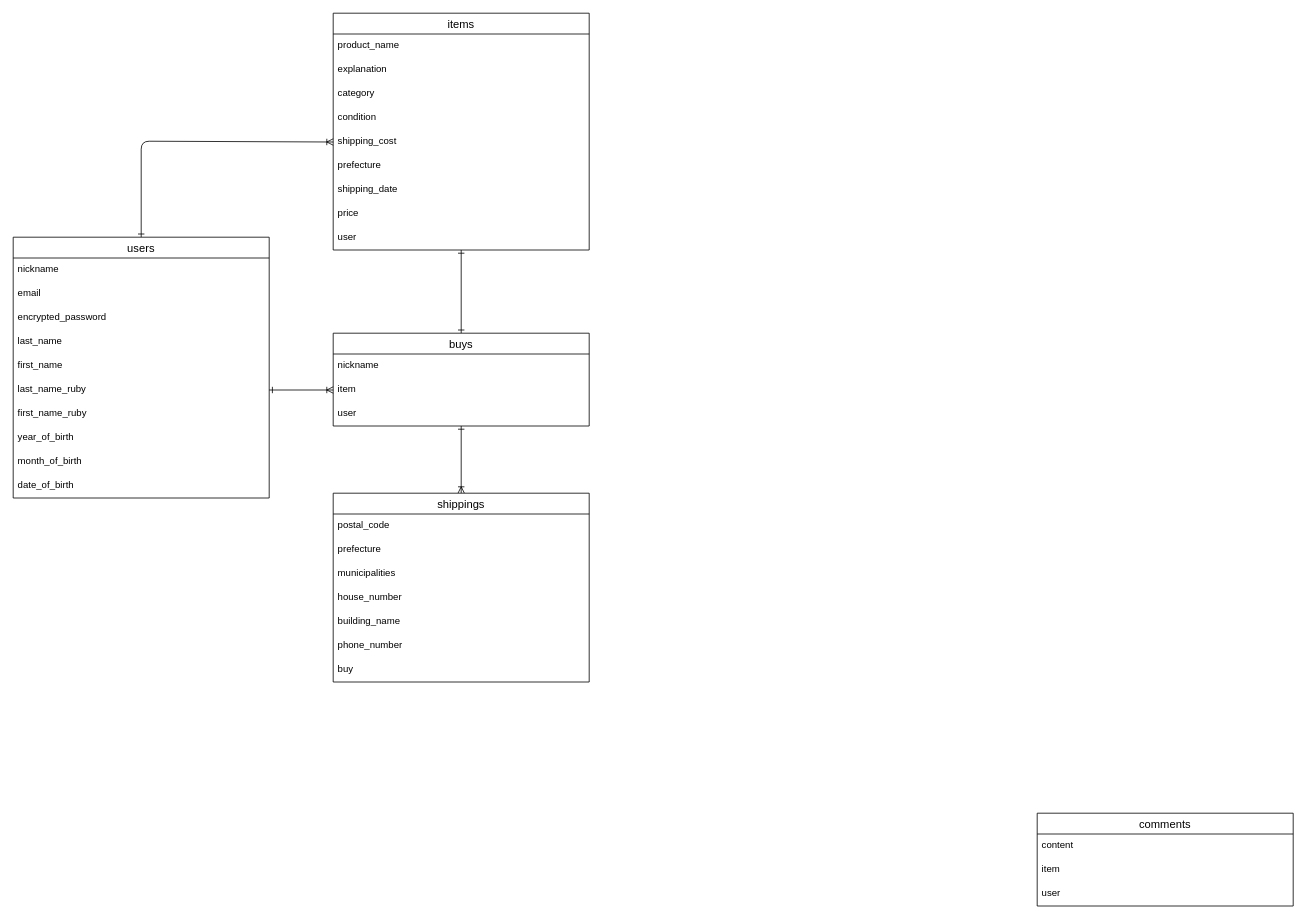
Above: furima.dio in cirarcts/furima-38685 (draw.io), before the change. Source tidied: cells renumbered, new cells numbered last; positions are measured from the earlier drawing's top-left corner, leaving out a move shared by most shapes. Both pictures are drawn from the tidied source at 80%, with x=0, y=0 at pixel (13, 13).
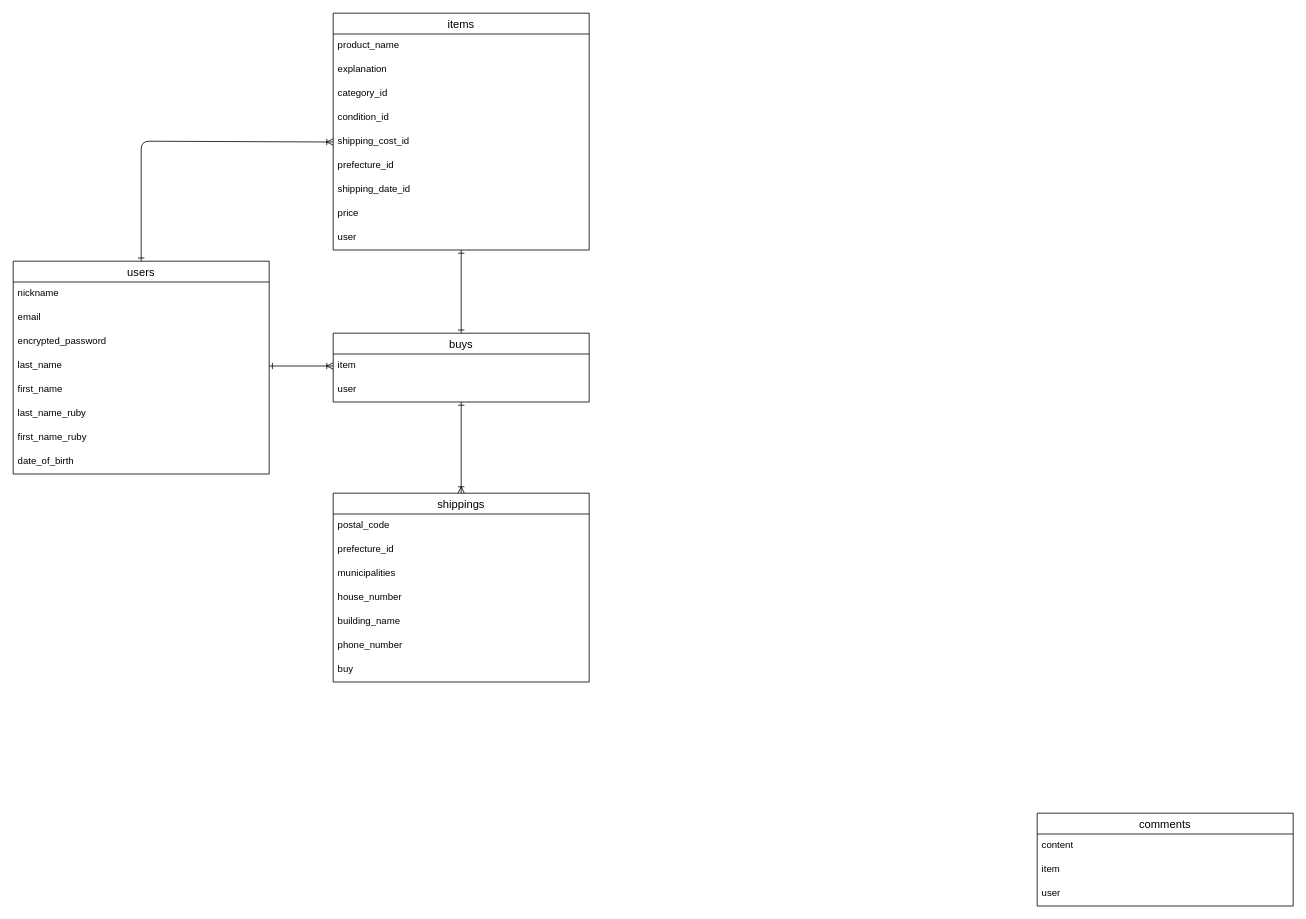
The same diagram, later.

Unchanged cells that the change refers to:
```xml
<mxCell id="7" value="last_name" style="text;strokeColor=none;fillColor=none;spacingLeft=4;spacingRight=4;overflow=hidden;points=[[0,0.5],[1,0.5]];portConstraint=eastwest;fontSize=12;" parent="3" vertex="1">
  <mxGeometry y="116" width="320" height="30" as="geometry" />
</mxCell>
<mxCell id="9" value="last_name_ruby" style="text;strokeColor=none;fillColor=none;spacingLeft=4;spacingRight=4;overflow=hidden;points=[[0,0.5],[1,0.5]];portConstraint=eastwest;fontSize=12;" parent="3" vertex="1">
  <mxGeometry y="176" width="320" height="30" as="geometry" />
</mxCell>
<mxCell id="15" value="items" style="swimlane;fontStyle=0;horizontal=1;startSize=26;align=center;fontSize=14;" parent="1" vertex="1">
  <mxGeometry x="400" width="320" height="296" as="geometry" />
</mxCell>
<mxCell id="34" value="shippings" style="swimlane;fontStyle=0;horizontal=1;startSize=26;align=center;fontSize=14;" parent="1" vertex="1">
  <mxGeometry x="400" y="600" width="320" height="236" as="geometry" />
</mxCell>
```

Change to the diagram source:
```diff
@@
     <mxCell id="3" value="users" style="swimlane;fontStyle=0;horizontal=1;startSize=26;align=center;fontSize=14;" parent="1" vertex="1">
-      <mxGeometry y="280" width="320" height="326" as="geometry" />
+      <mxGeometry y="310" width="320" height="266" as="geometry" />
     </mxCell>
@@
-    <mxCell id="11" value="year_of_birth" style="text;strokeColor=none;fillColor=none;spacingLeft=4;spacingRight=4;overflow=hidden;fontSize=12;" parent="3" vertex="1">
-      <mxGeometry y="236" width="320" height="30" as="geometry" />
-    </mxCell>
-    <mxCell id="12" value="month_of_birth" style="text;strokeColor=none;fillColor=none;spacingLeft=4;spacingRight=4;overflow=hidden;fontSize=12;" parent="3" vertex="1">
-      <mxGeometry y="266" width="320" height="30" as="geometry" />
-    </mxCell>
     <mxCell id="13" value="date_of_birth" style="text;strokeColor=none;fillColor=none;spacingLeft=4;spacingRight=4;overflow=hidden;fontSize=12;" parent="3" vertex="1">
-      <mxGeometry y="296" width="320" height="30" as="geometry" />
+      <mxGeometry y="236" width="320" height="30" as="geometry" />
     </mxCell>
@@
-    <mxCell id="18" value="category" style="text;strokeColor=none;fillColor=none;spacingLeft=4;spacingRight=4;overflow=hidden;fontSize=12;" parent="15" vertex="1">
+    <mxCell id="18" value="category_id" style="text;strokeColor=none;fillColor=none;spacingLeft=4;spacingRight=4;overflow=hidden;fontSize=12;" parent="15" vertex="1">
       <mxGeometry y="86" width="320" height="30" as="geometry" />
     </mxCell>
-    <mxCell id="19" value="condition" style="text;strokeColor=none;fillColor=none;spacingLeft=4;spacingRight=4;overflow=hidden;fontSize=12;" parent="15" vertex="1">
+    <mxCell id="19" value="condition_id" style="text;strokeColor=none;fillColor=none;spacingLeft=4;spacingRight=4;overflow=hidden;fontSize=12;" parent="15" vertex="1">
       <mxGeometry y="116" width="320" height="30" as="geometry" />
     </mxCell>
-    <mxCell id="20" value="shipping_cost" style="text;strokeColor=none;fillColor=none;spacingLeft=4;spacingRight=4;overflow=hidden;points=[[0,0.5],[1,0.5]];portConstraint=eastwest;fontSize=12;" parent="15" vertex="1">
+    <mxCell id="20" value="shipping_cost_id" style="text;strokeColor=none;fillColor=none;spacingLeft=4;spacingRight=4;overflow=hidden;points=[[0,0.5],[1,0.5]];portConstraint=eastwest;fontSize=12;" parent="15" vertex="1">
       <mxGeometry y="146" width="320" height="30" as="geometry" />
     </mxCell>
-    <mxCell id="21" value="prefecture" style="text;strokeColor=none;fillColor=none;spacingLeft=4;spacingRight=4;overflow=hidden;fontSize=12;" parent="15" vertex="1">
+    <mxCell id="21" value="prefecture_id" style="text;strokeColor=none;fillColor=none;spacingLeft=4;spacingRight=4;overflow=hidden;fontSize=12;" parent="15" vertex="1">
       <mxGeometry y="176" width="320" height="30" as="geometry" />
     </mxCell>
-    <mxCell id="22" value="shipping_date" style="text;strokeColor=none;fillColor=none;spacingLeft=4;spacingRight=4;overflow=hidden;fontSize=12;" parent="15" vertex="1">
+    <mxCell id="22" value="shipping_date_id" style="text;strokeColor=none;fillColor=none;spacingLeft=4;spacingRight=4;overflow=hidden;fontSize=12;" parent="15" vertex="1">
       <mxGeometry y="206" width="320" height="30" as="geometry" />
     </mxCell>
@@
     <mxCell id="30" value="buys" style="swimlane;fontStyle=0;horizontal=1;startSize=26;align=center;fontSize=14;" parent="1" vertex="1">
-      <mxGeometry x="400" y="400" width="320" height="116" as="geometry" />
+      <mxGeometry x="400" y="400" width="320" height="86" as="geometry" />
     </mxCell>
-    <mxCell id="31" value="nickname" style="text;strokeColor=none;fillColor=none;spacingLeft=4;spacingRight=4;overflow=hidden;fontSize=12;" parent="30" vertex="1">
-      <mxGeometry y="26" width="320" height="30" as="geometry" />
-    </mxCell>
     <mxCell id="32" value="item" style="text;strokeColor=none;fillColor=none;spacingLeft=4;spacingRight=4;overflow=hidden;points=[[0,0.5],[1,0.5]];portConstraint=eastwest;fontSize=12;" parent="30" vertex="1">
-      <mxGeometry y="56" width="320" height="30" as="geometry" />
+      <mxGeometry y="26" width="320" height="30" as="geometry" />
     </mxCell>
     <mxCell id="33" value="user" style="text;strokeColor=none;fillColor=none;spacingLeft=4;spacingRight=4;overflow=hidden;fontSize=12;" parent="30" vertex="1">
-      <mxGeometry y="86" width="320" height="30" as="geometry" />
+      <mxGeometry y="56" width="320" height="30" as="geometry" />
     </mxCell>
@@
-    <mxCell id="36" value="prefecture" style="text;strokeColor=none;fillColor=none;spacingLeft=4;spacingRight=4;overflow=hidden;fontSize=12;" parent="34" vertex="1">
+    <mxCell id="36" value="prefecture_id" style="text;strokeColor=none;fillColor=none;spacingLeft=4;spacingRight=4;overflow=hidden;fontSize=12;" parent="34" vertex="1">
       <mxGeometry y="56" width="320" height="30" as="geometry" />
     </mxCell>
@@
-    <mxCell id="42" style="edgeStyle=none;html=1;entryX=0;entryY=0.5;entryDx=0;entryDy=0;startArrow=ERone;startFill=0;endArrow=ERoneToMany;endFill=0;" parent="1" edge="1" source="9" target="32">
+    <mxCell id="42" style="edgeStyle=none;html=1;entryX=0;entryY=0.5;entryDx=0;entryDy=0;startArrow=ERone;startFill=0;endArrow=ERoneToMany;endFill=0;exitX=1;exitY=0.5;exitDx=0;exitDy=0;" parent="1" edge="1" source="7" target="32">
       <mxGeometry relative="1" as="geometry" />
     </mxCell>
```
